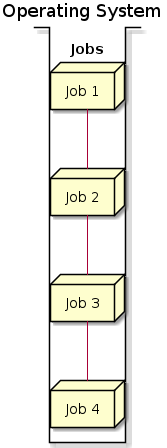
chayward1/dotfiles keeps this PlantUML diagram as docs/images/operating-system-concepts-figure-1-9.png. Above is the earlier version.
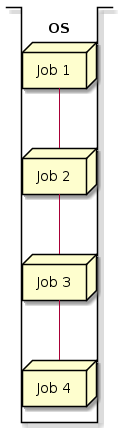
After the change.

Change to the diagram source:
```diff
@@ -1,6 +1,5 @@
 @startuml
-title Operating System
-stack "Jobs" as os {
+stack "OS" as os {
   node "Job 1" as 1
   node "Job 2" as 2
   node "Job 3" as 3
```
